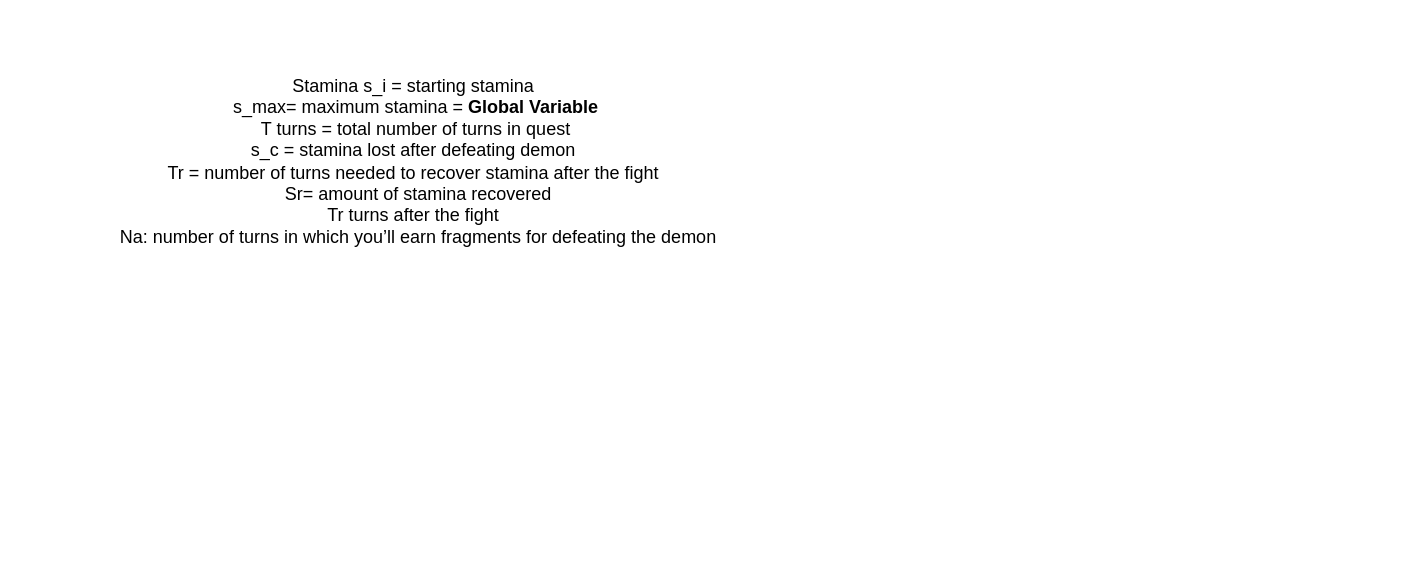
Before: design.drawio in ayodelephillips/reply_challenge, a draw.io diagram. Source tidied: cells renumbered, new cells numbered last; positions are measured from the earlier drawing's top-left corner, leaving out a move shared by most shapes. Both pictures are drawn from the tidied source at 150%, with x=0, y=0 at pixel (26, 26).
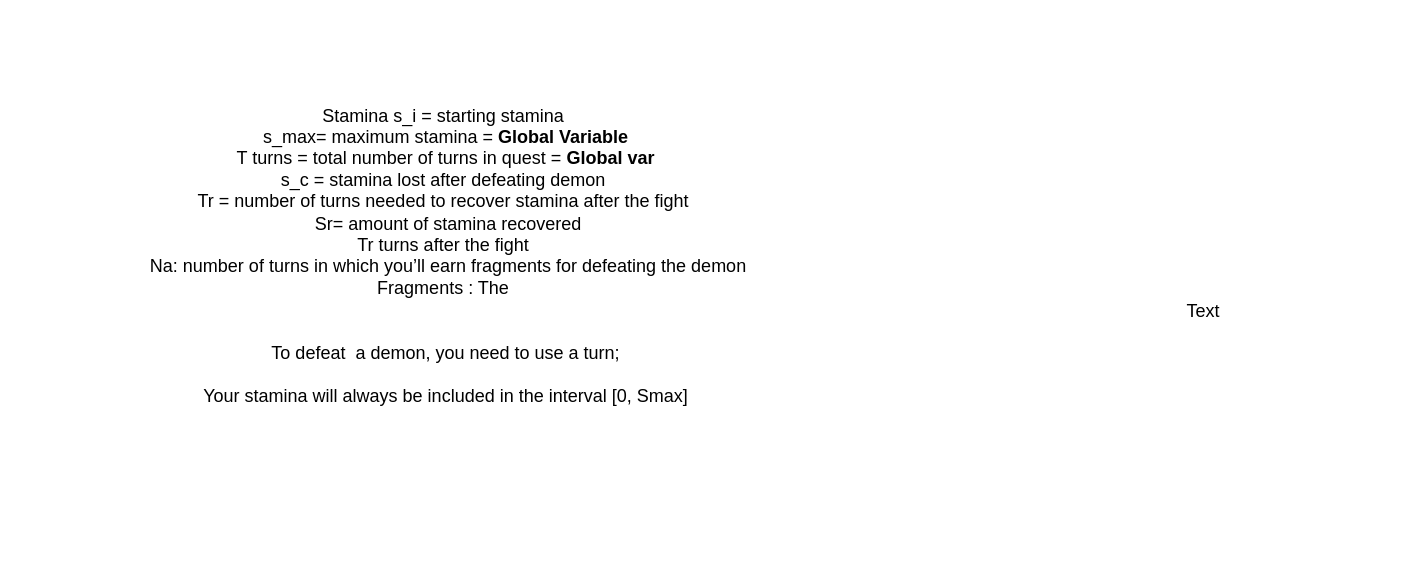
Above is the later version.

Commit message:
random change to draw io stuff

Change to the diagram source:
```diff
@@
 <mxGraphModel>
   <root>
     <mxCell id="0" />
     <mxCell id="1" parent="0" />
-    <mxCell id="2" value="Stamina s_i = starting stamina&amp;nbsp;&lt;br&gt;s_max= maximum stamina =&amp;nbsp;&lt;b style=&quot;border-color: var(--border-color);&quot;&gt;Global Variable&lt;/b&gt;&lt;br&gt;T turns = total number of turns in quest&lt;br&gt;s_c = stamina lost after defeating demon&amp;nbsp;&lt;br&gt;Tr = number of turns needed to recover stamina after the fight&amp;nbsp;&lt;br&gt;&amp;nbsp;Sr= amount of stamina recovered &lt;br&gt;Tr turns after the fight&amp;nbsp;&lt;br&gt;&amp;nbsp;Na: number of turns in which you’ll earn fragments for defeating the demon" style="text;html=1;strokeColor=none;fillColor=none;align=center;verticalAlign=middle;whiteSpace=wrap;rounded=0;" parent="1" vertex="1">
-      <mxGeometry width="520" height="180" as="geometry" />
+    <mxCell id="2" value="Stamina s_i = starting stamina&amp;nbsp;&lt;br&gt;s_max= maximum stamina =&amp;nbsp;&lt;b style=&quot;border-color: var(--border-color);&quot;&gt;Global Variable&lt;/b&gt;&lt;br&gt;T turns = total number of turns in quest = &lt;b&gt;Global var&lt;/b&gt;&lt;br&gt;s_c = stamina lost after defeating demon&amp;nbsp;&lt;br&gt;Tr = number of turns needed to recover stamina after the fight&amp;nbsp;&lt;br&gt;&amp;nbsp;Sr= amount of stamina recovered &lt;br&gt;Tr turns after the fight&amp;nbsp;&lt;br&gt;&amp;nbsp;Na: number of turns in which you’ll earn fragments for defeating the demon&lt;br&gt;Fragments : The&amp;nbsp;&lt;br&gt;&lt;br&gt;&lt;br&gt;To defeat&amp;nbsp; a demon, you need to use a turn;&lt;br&gt;&lt;br&gt;Your stamina will always be included in the interval [0, Smax]&lt;br&gt;&lt;br&gt;" style="text;html=1;strokeColor=none;fillColor=none;align=center;verticalAlign=middle;whiteSpace=wrap;rounded=0;" parent="1" vertex="1">
+      <mxGeometry width="560" height="320" as="geometry" />
     </mxCell>
+    <mxCell id="3" value="Text" style="text;html=1;strokeColor=none;fillColor=none;align=center;verticalAlign=middle;whiteSpace=wrap;rounded=0;" parent="1" vertex="1">
+      <mxGeometry x="670" y="40" width="230" height="300" as="geometry" />
+    </mxCell>
   </root>
 </mxGraphModel>
```
